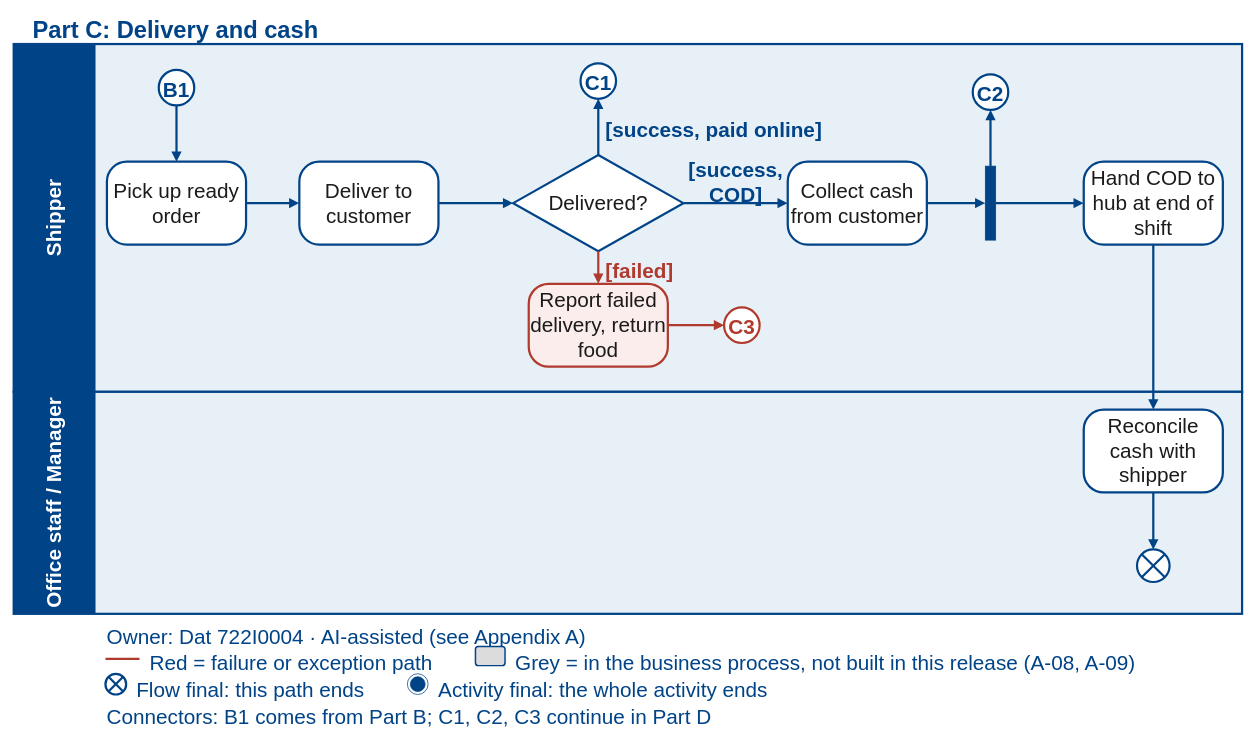
Earlier version of the draw.io diagram page "Part C" (4 of 6) of docs/part1/models/SaigonBite_Business_Process.drawio (Dat071104/SaigonBite). Source tidied: cells renumbered, new cells numbered last; positions are measured from the earlier drawing's top-left corner, leaving out a move shared by most shapes. Both pictures are drawn from the tidied source at 74%, with x=0, y=0 at pixel (13, 13).
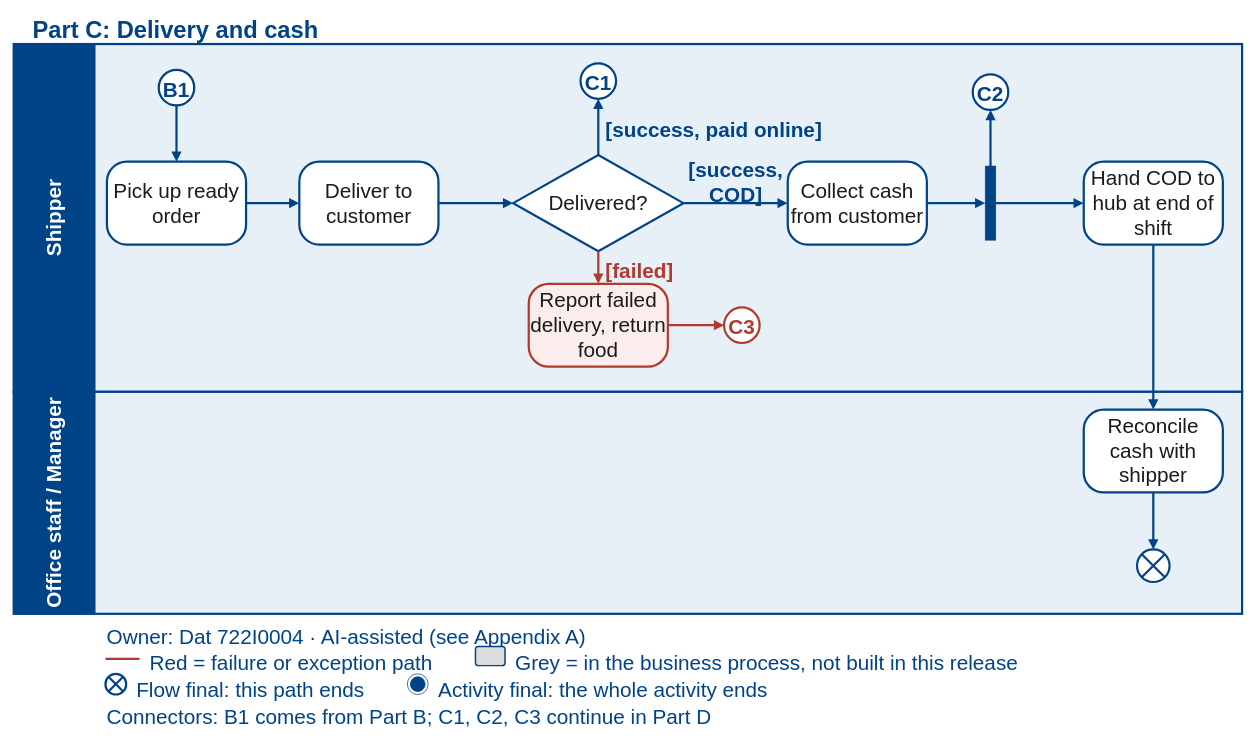
The same page after the edit.

Change to the diagram source:
```diff
@@
-    <mxCell id="40" value="Grey = in the business process, not built in this release (A-08, A-09)" style="text;html=0;align=left;verticalAlign=middle;strokeColor=none;fillColor=none;fontSize=28;fontColor=#004387;" parent="1" vertex="1">
-      <mxGeometry x="676" y="860" width="848" height="32" as="geometry" />
+    <mxCell id="40" value="Grey = in the business process, not built in this release" style="text;html=0;align=left;verticalAlign=middle;strokeColor=none;fillColor=none;fontSize=28;fontColor=#004387;" parent="1" vertex="1">
+      <mxGeometry x="676" y="860" width="690" height="32" as="geometry" />
     </mxCell>
```
